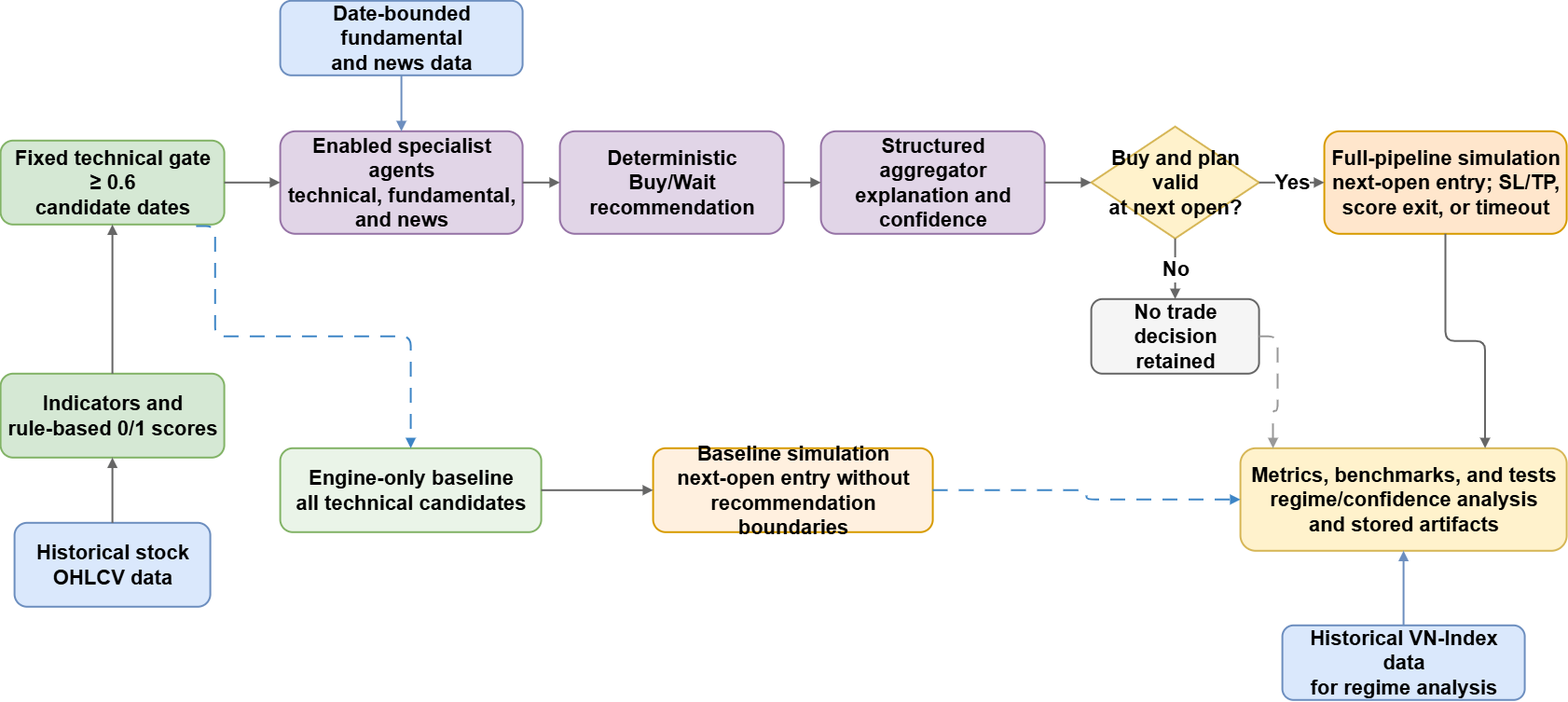
Before: report/figures/chapter4/stockrium_backtesting_flow.png, a diagram exported from draw.io (lqhuy04/Thesis-22125031-22125035). Source tidied: cells renumbered, new cells last; positions are measured from the earlier drawing's top-left corner, leaving out a move shared by most shapes.
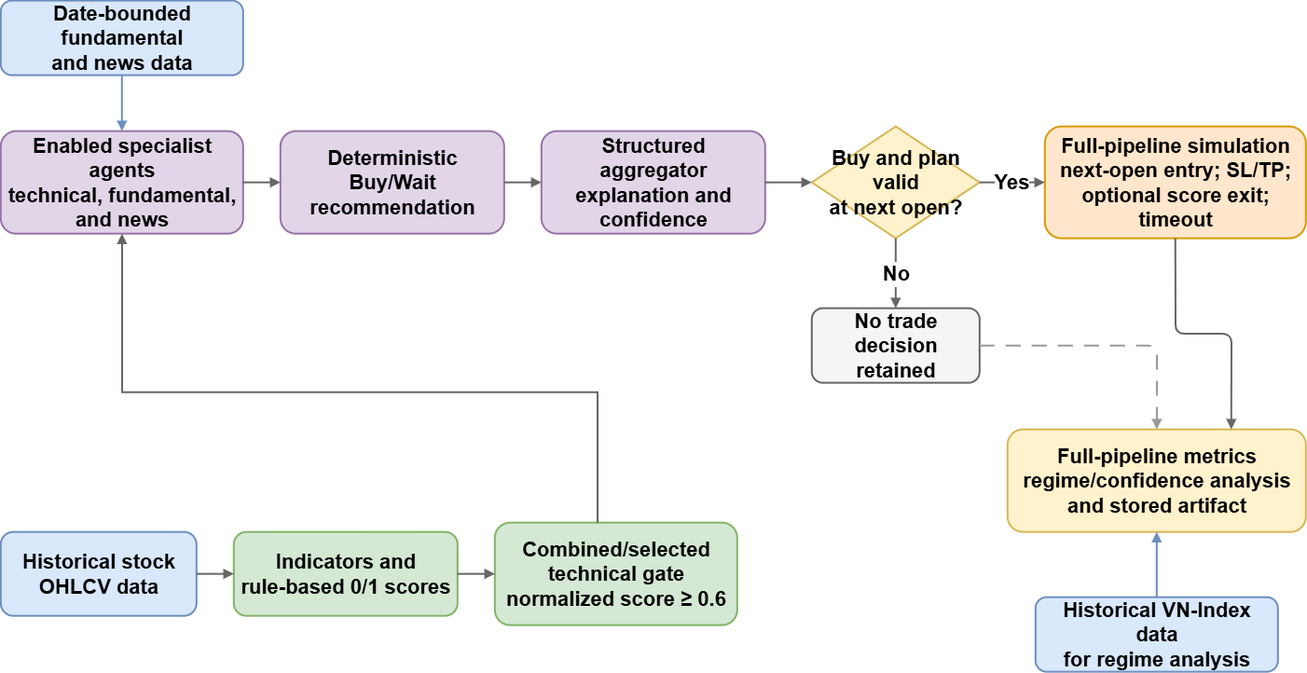
The same diagram one commit later.

What changed in the source:
```diff
@@ -2,98 +2,82 @@
   <root>
     <mxCell id="0" />
     <mxCell id="1" parent="0" />
-    <mxCell id="2" value="Historical stock&lt;br&gt;OHLCV data" style="rounded=1;whiteSpace=wrap;html=1;fillColor=#dae8fc;strokeColor=#6c8ebf;strokeWidth=2;fontSize=22;spacing=8;fontStyle=1;" parent="1" vertex="1">
-      <mxGeometry x="15" y="560" width="210" height="90" as="geometry" />
+    <mxCell id="2" value="Historical stock&lt;br&gt;OHLCV data" style="rounded=1;whiteSpace=wrap;html=1;fillColor=#dae8fc;strokeColor=#6c8ebf;strokeWidth=2;fontSize=22;fontStyle=1;spacing=8;" parent="1" vertex="1">
+      <mxGeometry x="310" y="570" width="210" height="90" as="geometry" />
     </mxCell>
     <mxCell id="3" value="Indicators and&lt;br&gt;rule-based 0/1 scores" style="rounded=1;whiteSpace=wrap;html=1;fillColor=#d5e8d4;strokeColor=#82b366;strokeWidth=2;fontSize=22;fontStyle=1;spacing=8;" parent="1" vertex="1">
-      <mxGeometry y="400" width="240" height="90" as="geometry" />
+      <mxGeometry x="560" y="570" width="240" height="90" as="geometry" />
     </mxCell>
-    <mxCell id="4" value="Fixed technical gate ≥ 0.6&lt;br&gt;candidate dates" style="rounded=1;whiteSpace=wrap;html=1;fillColor=#d5e8d4;strokeColor=#82b366;strokeWidth=2;fontSize=22;fontStyle=1;spacing=8;" parent="1" vertex="1">
-      <mxGeometry y="150" width="240" height="90" as="geometry" />
+    <mxCell id="4" value="Combined/selected technical gate&lt;br&gt;normalized score ≥ 0.6" style="rounded=1;whiteSpace=wrap;html=1;fillColor=#d5e8d4;strokeColor=#82b366;strokeWidth=2;fontSize=22;fontStyle=1;spacing=8;" parent="1" vertex="1">
+      <mxGeometry x="840" y="560" width="260" height="110" as="geometry" />
     </mxCell>
-    <mxCell id="5" value="Date-bounded fundamental&lt;br&gt;and news data" style="rounded=1;whiteSpace=wrap;html=1;fillColor=#dae8fc;strokeColor=#6c8ebf;strokeWidth=2;fontSize=22;spacing=8;fontStyle=1;" parent="1" vertex="1">
-      <mxGeometry x="300" width="260" height="80" as="geometry" />
+    <mxCell id="5" value="Date-bounded fundamental&lt;br&gt;and news data" style="rounded=1;whiteSpace=wrap;html=1;fillColor=#dae8fc;strokeColor=#6c8ebf;strokeWidth=2;fontSize=22;fontStyle=1;spacing=8;" parent="1" vertex="1">
+      <mxGeometry x="310" width="260" height="80" as="geometry" />
     </mxCell>
     <mxCell id="6" value="Enabled specialist agents&lt;br&gt;technical, fundamental,&lt;br&gt;and news" style="rounded=1;whiteSpace=wrap;html=1;fillColor=#e1d5e7;strokeColor=#9673a6;strokeWidth=2;fontSize=22;fontStyle=1;spacing=8;" parent="1" vertex="1">
-      <mxGeometry x="300" y="140" width="260" height="110" as="geometry" />
+      <mxGeometry x="310" y="140" width="260" height="110" as="geometry" />
     </mxCell>
     <mxCell id="7" value="Deterministic Buy/Wait&lt;br&gt;recommendation" style="rounded=1;whiteSpace=wrap;html=1;fillColor=#e1d5e7;strokeColor=#9673a6;strokeWidth=2;fontSize=22;fontStyle=1;spacing=8;" parent="1" vertex="1">
-      <mxGeometry x="600" y="140" width="240" height="110" as="geometry" />
+      <mxGeometry x="610" y="140" width="240" height="110" as="geometry" />
     </mxCell>
     <mxCell id="8" value="Structured aggregator&lt;br&gt;explanation and confidence" style="rounded=1;whiteSpace=wrap;html=1;fillColor=#e1d5e7;strokeColor=#9673a6;strokeWidth=2;fontSize=22;fontStyle=1;spacing=8;" parent="1" vertex="1">
-      <mxGeometry x="880" y="140" width="240" height="110" as="geometry" />
+      <mxGeometry x="890" y="140" width="240" height="110" as="geometry" />
     </mxCell>
     <mxCell id="9" value="Buy and plan valid&lt;br&gt;at next open?" style="rhombus;whiteSpace=wrap;html=1;fillColor=#fff2cc;strokeColor=#d6b656;strokeWidth=2;fontSize=22;fontStyle=1;spacing=6;" parent="1" vertex="1">
-      <mxGeometry x="1170" y="135" width="180" height="120" as="geometry" />
+      <mxGeometry x="1180" y="135" width="180" height="120" as="geometry" />
     </mxCell>
-    <mxCell id="10" value="Full-pipeline simulation&lt;br&gt;next-open entry; SL/TP,&lt;br&gt;score exit, or timeout" style="rounded=1;whiteSpace=wrap;html=1;fillColor=#ffe6cc;strokeColor=#d79b00;strokeWidth=2;fontSize=22;spacing=8;fontStyle=1;" parent="1" vertex="1">
-      <mxGeometry x="1420" y="140" width="260" height="110" as="geometry" />
+    <mxCell id="10" value="Full-pipeline simulation&lt;br&gt;next-open entry; SL/TP;&lt;br&gt;optional score exit; timeout" style="rounded=1;whiteSpace=wrap;html=1;fillColor=#ffe6cc;strokeColor=#d79b00;strokeWidth=2;fontSize=22;fontStyle=1;spacing=8;" parent="1" vertex="1">
+      <mxGeometry x="1430" y="135" width="280" height="120" as="geometry" />
     </mxCell>
-    <mxCell id="11" value="No trade&lt;br&gt;decision retained" style="rounded=1;whiteSpace=wrap;html=1;fillColor=#f5f5f5;strokeColor=#666666;strokeWidth=2;fontSize=22;spacing=8;fontStyle=1;" parent="1" vertex="1">
-      <mxGeometry x="1170" y="320" width="180" height="80" as="geometry" />
+    <mxCell id="11" value="No trade&lt;br&gt;decision retained" style="rounded=1;whiteSpace=wrap;html=1;fillColor=#f5f5f5;strokeColor=#666666;strokeWidth=2;fontSize=22;fontStyle=1;spacing=8;" parent="1" vertex="1">
+      <mxGeometry x="1180" y="330" width="180" height="80" as="geometry" />
     </mxCell>
-    <mxCell id="12" value="Engine-only baseline&lt;br&gt;all technical candidates" style="rounded=1;whiteSpace=wrap;html=1;fillColor=#eaf4e8;strokeColor=#82b366;strokeWidth=2;fontSize=22;fontStyle=1;spacing=8;" parent="1" vertex="1">
-      <mxGeometry x="300" y="480" width="280" height="90" as="geometry" />
+    <mxCell id="12" value="Full-pipeline metrics&lt;br&gt;regime/confidence analysis&lt;br&gt;and stored artifact" style="rounded=1;whiteSpace=wrap;html=1;fillColor=#fff2cc;strokeColor=#d6b656;strokeWidth=2;fontSize=22;fontStyle=1;spacing=8;" parent="1" vertex="1">
+      <mxGeometry x="1390" y="460" width="320" height="110" as="geometry" />
     </mxCell>
-    <mxCell id="13" value="Baseline simulation&lt;br&gt;next-open entry without&lt;br&gt;recommendation boundaries" style="rounded=1;whiteSpace=wrap;html=1;fillColor=#fff0df;strokeColor=#d79b00;strokeWidth=2;fontSize=22;spacing=8;fontStyle=1;" parent="1" vertex="1">
-      <mxGeometry x="700" y="480" width="300" height="90" as="geometry" />
+    <mxCell id="13" value="Historical VN-Index data&lt;br&gt;for regime analysis" style="rounded=1;whiteSpace=wrap;html=1;fillColor=#dae8fc;strokeColor=#6c8ebf;strokeWidth=2;fontSize=22;fontStyle=1;spacing=8;" parent="1" vertex="1">
+      <mxGeometry x="1420" y="640" width="260" height="80" as="geometry" />
     </mxCell>
-    <mxCell id="14" value="Metrics, benchmarks, and tests&lt;br&gt;regime/confidence analysis&lt;br&gt;and stored artifacts" style="rounded=1;whiteSpace=wrap;html=1;fillColor=#fff2cc;strokeColor=#d6b656;strokeWidth=2;fontSize=22;fontStyle=1;spacing=8;" parent="1" vertex="1">
-      <mxGeometry x="1330" y="480" width="350" height="110" as="geometry" />
+    <mxCell id="14" style="edgeStyle=orthogonalEdgeStyle;rounded=0;html=1;endArrow=block;endFill=1;strokeColor=#666666;strokeWidth=2;fontSize=22;" parent="1" edge="1" source="2" target="3">
+      <mxGeometry relative="1" as="geometry" />
     </mxCell>
-    <mxCell id="15" value="Historical VN-Index data&lt;br&gt;for regime analysis" style="rounded=1;whiteSpace=wrap;html=1;fillColor=#dae8fc;strokeColor=#6c8ebf;strokeWidth=2;fontSize=22;spacing=8;fontStyle=1;" parent="1" vertex="1">
-      <mxGeometry x="1375" y="670" width="260" height="80" as="geometry" />
+    <mxCell id="15" style="edgeStyle=orthogonalEdgeStyle;rounded=0;html=1;endArrow=block;endFill=1;strokeColor=#666666;strokeWidth=2;fontSize=22;" parent="1" edge="1" source="3" target="4">
+      <mxGeometry relative="1" as="geometry" />
     </mxCell>
-    <mxCell id="16" style="edgeStyle=orthogonalEdgeStyle;rounded=0;jettySize=auto;html=1;endArrow=block;endFill=1;strokeColor=#666666;strokeWidth=2;exitX=1;exitY=0.5;entryX=0;entryY=0.5;fontSize=22;fontStyle=1;" parent="1" edge="1" source="4" target="6">
-      <mxGeometry relative="1" as="geometry" />
+    <mxCell id="16" style="edgeStyle=orthogonalEdgeStyle;rounded=0;html=1;endArrow=block;endFill=1;strokeColor=#666666;strokeWidth=2;fontSize=22;" parent="1" edge="1" source="4" target="6">
+      <mxGeometry relative="1" as="geometry">
+        <Array as="points">
+          <mxPoint x="950.1" y="420" />
+          <mxPoint x="440.1" y="420" />
+        </Array>
+      </mxGeometry>
     </mxCell>
-    <mxCell id="17" style="edgeStyle=orthogonalEdgeStyle;rounded=0;jettySize=auto;html=1;endArrow=block;endFill=1;strokeColor=#6c8ebf;strokeWidth=2;exitX=0.5;exitY=1;entryX=0.5;entryY=0;fontSize=22;fontStyle=1;" parent="1" edge="1" source="5" target="6">
+    <mxCell id="17" style="edgeStyle=orthogonalEdgeStyle;rounded=0;html=1;endArrow=block;endFill=1;strokeColor=#6c8ebf;strokeWidth=2;exitX=0.5;exitY=1;entryX=0.5;entryY=0;fontSize=22;" parent="1" edge="1" source="5" target="6">
       <mxGeometry relative="1" as="geometry" />
     </mxCell>
-    <mxCell id="18" style="edgeStyle=orthogonalEdgeStyle;rounded=0;jettySize=auto;html=1;endArrow=block;endFill=1;strokeColor=#666666;strokeWidth=2;exitX=1;exitY=0.5;entryX=0;entryY=0.5;fontSize=22;fontStyle=1;" parent="1" edge="1" source="6" target="7">
+    <mxCell id="18" style="edgeStyle=orthogonalEdgeStyle;rounded=0;html=1;endArrow=block;endFill=1;strokeColor=#666666;strokeWidth=2;fontSize=22;" parent="1" edge="1" source="6" target="7">
       <mxGeometry relative="1" as="geometry" />
     </mxCell>
-    <mxCell id="19" style="edgeStyle=orthogonalEdgeStyle;rounded=0;jettySize=auto;html=1;endArrow=block;endFill=1;strokeColor=#666666;strokeWidth=2;exitX=1;exitY=0.5;entryX=0;entryY=0.5;fontSize=22;fontStyle=1;" parent="1" edge="1" source="7" target="8">
+    <mxCell id="19" style="edgeStyle=orthogonalEdgeStyle;rounded=0;html=1;endArrow=block;endFill=1;strokeColor=#666666;strokeWidth=2;fontSize=22;" parent="1" edge="1" source="7" target="8">
       <mxGeometry relative="1" as="geometry" />
     </mxCell>
-    <mxCell id="20" style="edgeStyle=orthogonalEdgeStyle;rounded=0;jettySize=auto;html=1;endArrow=block;endFill=1;strokeColor=#666666;strokeWidth=2;exitX=1;exitY=0.5;entryX=0;entryY=0.5;fontSize=22;fontStyle=1;" parent="1" edge="1" source="8" target="9">
+    <mxCell id="20" style="edgeStyle=orthogonalEdgeStyle;rounded=0;html=1;endArrow=block;endFill=1;strokeColor=#666666;strokeWidth=2;fontSize=22;" parent="1" edge="1" source="8" target="9">
       <mxGeometry relative="1" as="geometry" />
     </mxCell>
-    <mxCell id="21" value="Yes" style="edgeStyle=orthogonalEdgeStyle;rounded=0;jettySize=auto;html=1;endArrow=block;endFill=1;strokeColor=#666666;strokeWidth=2;exitX=1;exitY=0.5;entryX=0;entryY=0.5;fontSize=22;fontStyle=1;labelBackgroundColor=#ffffff;" parent="1" edge="1" source="9" target="10">
+    <mxCell id="21" value="Yes" style="edgeStyle=orthogonalEdgeStyle;rounded=0;html=1;endArrow=block;endFill=1;strokeColor=#666666;strokeWidth=2;fontSize=22;fontStyle=1;labelBackgroundColor=#ffffff;" parent="1" edge="1" source="9" target="10">
       <mxGeometry relative="1" as="geometry" />
     </mxCell>
-    <mxCell id="22" value="No" style="edgeStyle=orthogonalEdgeStyle;rounded=0;jettySize=auto;html=1;endArrow=block;endFill=1;strokeColor=#666666;strokeWidth=2;exitX=0.5;exitY=1;entryX=0.5;entryY=0;fontSize=22;fontStyle=1;labelBackgroundColor=#ffffff;" parent="1" edge="1" source="9" target="11">
+    <mxCell id="22" value="No" style="edgeStyle=orthogonalEdgeStyle;rounded=0;html=1;endArrow=block;endFill=1;strokeColor=#666666;strokeWidth=2;fontSize=22;fontStyle=1;labelBackgroundColor=#ffffff;exitX=0.5;exitY=1;entryX=0.5;entryY=0;" parent="1" edge="1" source="9" target="11">
       <mxGeometry relative="1" as="geometry" />
     </mxCell>
-    <mxCell id="23" style="edgeStyle=orthogonalEdgeStyle;rounded=1;jettySize=auto;html=1;endArrow=block;endFill=1;strokeColor=#666666;strokeWidth=2;exitX=0.5;exitY=1;entryX=0.75;entryY=0;fontSize=22;fontStyle=1;" parent="1" edge="1" source="10" target="14">
+    <mxCell id="23" style="edgeStyle=orthogonalEdgeStyle;rounded=1;html=1;endArrow=block;endFill=1;strokeColor=#666666;strokeWidth=2;exitX=0.5;exitY=1;entryX=0.75;entryY=0;fontSize=22;" parent="1" edge="1" source="10" target="12">
       <mxGeometry relative="1" as="geometry" />
     </mxCell>
-    <mxCell id="24" style="edgeStyle=orthogonalEdgeStyle;rounded=1;jettySize=auto;html=1;endArrow=block;endFill=1;strokeColor=#999999;strokeWidth=2;dashed=1;dashPattern=8 6;exitX=1;exitY=0.5;entryX=0.1;entryY=0;fontSize=22;fontStyle=1;" parent="1" edge="1" source="11" target="14">
+    <mxCell id="24" style="edgeStyle=orthogonalEdgeStyle;rounded=1;html=1;endArrow=block;endFill=1;strokeColor=#999999;strokeWidth=2;dashed=1;dashPattern=8 6;fontSize=22;" parent="1" edge="1" source="11" target="12">
       <mxGeometry relative="1" as="geometry" />
     </mxCell>
-    <mxCell id="25" style="edgeStyle=orthogonalEdgeStyle;rounded=1;jettySize=auto;html=1;endArrow=block;endFill=1;strokeColor=#3d85c6;strokeWidth=2;dashed=1;dashPattern=8 6;exitX=0.874;exitY=1.02;entryX=0.5;entryY=0;fontSize=22;fontStyle=1;exitDx=0;exitDy=0;exitPerimeter=0;" parent="1" edge="1" source="4" target="12">
-      <mxGeometry relative="1" as="geometry">
-        <Array as="points">
-          <mxPoint x="230.1" y="241.8" />
-          <mxPoint x="230.1" y="360" />
-          <mxPoint x="440.1" y="360" />
-        </Array>
-      </mxGeometry>
+    <mxCell id="25" style="edgeStyle=orthogonalEdgeStyle;rounded=0;html=1;endArrow=block;endFill=1;strokeColor=#6c8ebf;strokeWidth=2;exitX=0.5;exitY=0;entryX=0.5;entryY=1;fontSize=22;" parent="1" edge="1" source="13" target="12">
+      <mxGeometry relative="1" as="geometry" />
     </mxCell>
-    <mxCell id="26" style="edgeStyle=orthogonalEdgeStyle;rounded=0;jettySize=auto;html=1;endArrow=block;endFill=1;strokeColor=#666666;strokeWidth=2;exitX=1;exitY=0.5;entryX=0;entryY=0.5;fontSize=22;fontStyle=1;" parent="1" edge="1" source="12" target="13">
-      <mxGeometry relative="1" as="geometry" />
-    </mxCell>
-    <mxCell id="27" style="edgeStyle=orthogonalEdgeStyle;rounded=1;jettySize=auto;html=1;endArrow=block;endFill=1;strokeColor=#3d85c6;strokeWidth=2;dashed=1;dashPattern=8 6;exitX=1;exitY=0.5;entryX=0;entryY=0.5;fontSize=22;fontStyle=1;" parent="1" edge="1" source="13" target="14">
-      <mxGeometry relative="1" as="geometry" />
-    </mxCell>
-    <mxCell id="28" style="edgeStyle=orthogonalEdgeStyle;rounded=0;jettySize=auto;html=1;endArrow=block;endFill=1;strokeColor=#6c8ebf;strokeWidth=2;exitX=0.5;exitY=0;entryX=0.5;entryY=1;fontSize=22;fontStyle=1;" parent="1" edge="1" source="15" target="14">
-      <mxGeometry relative="1" as="geometry" />
-    </mxCell>
-    <mxCell id="29" style="edgeStyle=orthogonalEdgeStyle;rounded=0;jettySize=auto;html=1;endArrow=block;endFill=1;strokeColor=#666666;strokeWidth=2;exitX=0.5;exitY=0;entryX=0.5;entryY=1;fontSize=22;fontStyle=1;entryDx=0;entryDy=0;exitDx=0;exitDy=0;" parent="1" edge="1" source="3" target="4">
-      <mxGeometry relative="1" as="geometry" />
-    </mxCell>
-    <mxCell id="30" style="edgeStyle=orthogonalEdgeStyle;rounded=0;jettySize=auto;html=1;endArrow=block;endFill=1;strokeColor=#666666;strokeWidth=2;exitX=0.5;exitY=0;entryX=0.5;entryY=1;fontSize=22;fontStyle=1;entryDx=0;entryDy=0;exitDx=0;exitDy=0;" parent="1" edge="1" source="2" target="3">
-      <mxGeometry relative="1" as="geometry" />
-    </mxCell>
   </root>
 </mxGraphModel>
```
